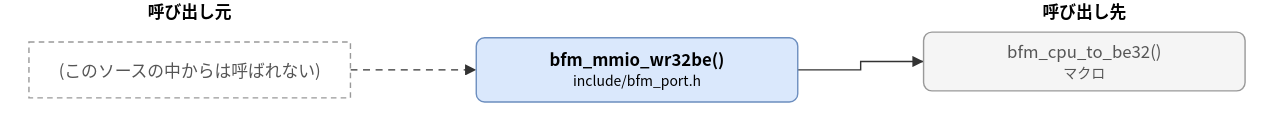
Above: doc/spec/images/call_include_bfm_port-bfm_mmio_wr32be.drawio.svg in hf355051012-ai/bfmem (draw.io), before the change. Source tidied: cells renumbered, new cells last; positions are measured from the earlier drawing's top-left corner, leaving out a move shared by most shapes. The source it was exported from:
```xml
<mxGraphModel>
  <root>
    <mxCell id="0" />
    <mxCell id="1" parent="0" />
    <mxCell id="2" value="bfm_mmio_wr32be()&lt;br&gt;&lt;font style=&quot;font-size:10px&quot;&gt;include/bfm_port.h&lt;/font&gt;" style="rounded=1;whiteSpace=wrap;html=1;fillColor=#dae8fc;strokeColor=#6c8ebf;fontStyle=1;" parent="1" vertex="1">
      <mxGeometry x="320" y="27" width="230" height="46" as="geometry" />
    </mxCell>
    <mxCell id="3" value="bfm_cpu_to_be32()&lt;br&gt;&lt;font style=&quot;font-size:10px&quot;&gt;マクロ&lt;/font&gt;" style="rounded=1;whiteSpace=wrap;html=1;fillColor=#f5f5f5;strokeColor=#999999;fontColor=#555555;" parent="1" vertex="1">
      <mxGeometry x="640" y="23" width="230" height="42" as="geometry" />
    </mxCell>
    <mxCell id="4" value="(このソースの中からは呼ばれない)" style="rounded=0;whiteSpace=wrap;html=1;dashed=1;strokeColor=#999999;fontColor=#555555;dashed=1;" parent="1" vertex="1">
      <mxGeometry y="30" width="230" height="40" as="geometry" />
    </mxCell>
    <mxCell id="5" style="edgeStyle=none;html=1;rounded=0;endArrow=block;endFill=1;exitX=1.0000;exitY=0.5000;exitDx=0;exitDy=0;exitPerimeter=0;entryX=0.0000;entryY=0.5000;entryDx=0;entryDy=0;entryPerimeter=0;" parent="1" edge="1" source="2" target="3">
      <mxGeometry relative="1" as="geometry">
        <Array as="points">
          <mxPoint x="595" y="50" />
          <mxPoint x="595" y="44" />
        </Array>
      </mxGeometry>
    </mxCell>
    <mxCell id="6" style="edgeStyle=none;html=1;rounded=0;endArrow=block;endFill=1;exitX=1.0000;exitY=0.5000;exitDx=0;exitDy=0;exitPerimeter=0;entryX=0.0000;entryY=0.5000;entryDx=0;entryDy=0;entryPerimeter=0;dashed=1;" parent="1" edge="1" source="4" target="2">
      <mxGeometry relative="1" as="geometry" />
    </mxCell>
    <mxCell id="7" value="呼び出し元" style="text;html=1;align=center;fontStyle=1;" parent="1" vertex="1">
      <mxGeometry x="35" width="160" height="18" as="geometry" />
    </mxCell>
    <mxCell id="8" value="呼び出し先" style="text;html=1;align=center;fontStyle=1;" parent="1" vertex="1">
      <mxGeometry x="675" width="160" height="18" as="geometry" />
    </mxCell>
  </root>
</mxGraphModel>
```
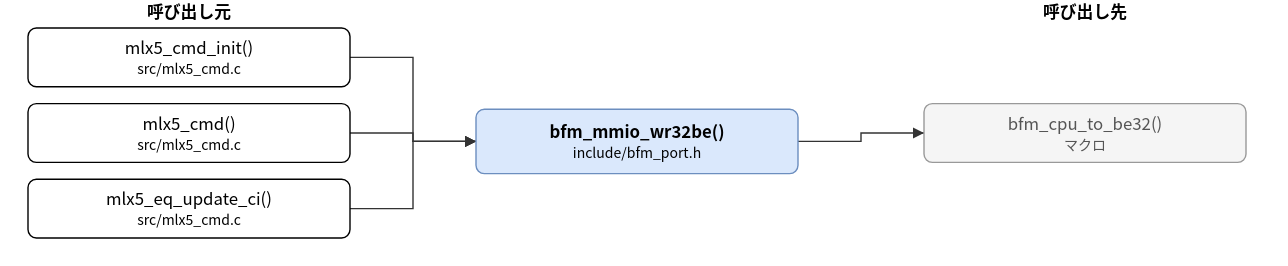
The same diagram one commit later.

Diff of the diagram source:
```diff
@@ -3,25 +3,52 @@
     <mxCell id="0" />
     <mxCell id="1" parent="0" />
     <mxCell id="2" value="bfm_mmio_wr32be()&lt;br&gt;&lt;font style=&quot;font-size:10px&quot;&gt;include/bfm_port.h&lt;/font&gt;" style="rounded=1;whiteSpace=wrap;html=1;fillColor=#dae8fc;strokeColor=#6c8ebf;fontStyle=1;" parent="1" vertex="1">
-      <mxGeometry x="320" y="27" width="230" height="46" as="geometry" />
+      <mxGeometry x="320" y="78" width="230" height="46" as="geometry" />
     </mxCell>
+    <mxCell id="4" value="mlx5_cmd_init()&lt;br&gt;&lt;font style=&quot;font-size:10px&quot;&gt;src/mlx5_cmd.c&lt;/font&gt;" style="rounded=1;whiteSpace=wrap;html=1;" parent="1" vertex="1">
+      <mxGeometry y="20" width="230" height="42" as="geometry" />
+    </mxCell>
+    <mxCell id="9" value="mlx5_cmd()&lt;br&gt;&lt;font style=&quot;font-size:10px&quot;&gt;src/mlx5_cmd.c&lt;/font&gt;" style="rounded=1;whiteSpace=wrap;html=1;" parent="1" vertex="1">
+      <mxGeometry y="74" width="230" height="42" as="geometry" />
+    </mxCell>
+    <mxCell id="10" value="mlx5_eq_update_ci()&lt;br&gt;&lt;font style=&quot;font-size:10px&quot;&gt;src/mlx5_cmd.c&lt;/font&gt;" style="rounded=1;whiteSpace=wrap;html=1;" parent="1" vertex="1">
+      <mxGeometry y="128" width="230" height="42" as="geometry" />
+    </mxCell>
     <mxCell id="3" value="bfm_cpu_to_be32()&lt;br&gt;&lt;font style=&quot;font-size:10px&quot;&gt;マクロ&lt;/font&gt;" style="rounded=1;whiteSpace=wrap;html=1;fillColor=#f5f5f5;strokeColor=#999999;fontColor=#555555;" parent="1" vertex="1">
-      <mxGeometry x="640" y="23" width="230" height="42" as="geometry" />
+      <mxGeometry x="640" y="74" width="230" height="42" as="geometry" />
     </mxCell>
-    <mxCell id="4" value="(このソースの中からは呼ばれない)" style="rounded=0;whiteSpace=wrap;html=1;dashed=1;strokeColor=#999999;fontColor=#555555;dashed=1;" parent="1" vertex="1">
-      <mxGeometry y="30" width="230" height="40" as="geometry" />
-    </mxCell>
-    <mxCell id="5" style="edgeStyle=none;html=1;rounded=0;endArrow=block;endFill=1;exitX=1.0000;exitY=0.5000;exitDx=0;exitDy=0;exitPerimeter=0;entryX=0.0000;entryY=0.5000;entryDx=0;entryDy=0;entryPerimeter=0;" parent="1" edge="1" source="2" target="3">
+    <mxCell id="5" style="edgeStyle=none;html=1;rounded=0;endArrow=block;endFill=1;exitX=1.0000;exitY=0.5000;exitDx=0;exitDy=0;exitPerimeter=0;entryX=0.0000;entryY=0.5000;entryDx=0;entryDy=0;entryPerimeter=0;" parent="1" edge="1" source="4" target="2">
       <mxGeometry relative="1" as="geometry">
         <Array as="points">
-          <mxPoint x="595" y="50" />
-          <mxPoint x="595" y="44" />
+          <mxPoint x="275" y="41" />
+          <mxPoint x="275" y="101" />
         </Array>
       </mxGeometry>
     </mxCell>
-    <mxCell id="6" style="edgeStyle=none;html=1;rounded=0;endArrow=block;endFill=1;exitX=1.0000;exitY=0.5000;exitDx=0;exitDy=0;exitPerimeter=0;entryX=0.0000;entryY=0.5000;entryDx=0;entryDy=0;entryPerimeter=0;dashed=1;" parent="1" edge="1" source="4" target="2">
-      <mxGeometry relative="1" as="geometry" />
+    <mxCell id="6" style="edgeStyle=none;html=1;rounded=0;endArrow=block;endFill=1;exitX=1.0000;exitY=0.5000;exitDx=0;exitDy=0;exitPerimeter=0;entryX=0.0000;entryY=0.5000;entryDx=0;entryDy=0;entryPerimeter=0;" parent="1" edge="1" source="9" target="2">
+      <mxGeometry relative="1" as="geometry">
+        <Array as="points">
+          <mxPoint x="275" y="95" />
+          <mxPoint x="275" y="101" />
+        </Array>
+      </mxGeometry>
     </mxCell>
+    <mxCell id="11" style="edgeStyle=none;html=1;rounded=0;endArrow=block;endFill=1;exitX=1.0000;exitY=0.5000;exitDx=0;exitDy=0;exitPerimeter=0;entryX=0.0000;entryY=0.5000;entryDx=0;entryDy=0;entryPerimeter=0;" parent="1" edge="1" source="10" target="2">
+      <mxGeometry relative="1" as="geometry">
+        <Array as="points">
+          <mxPoint x="275" y="149" />
+          <mxPoint x="275" y="101" />
+        </Array>
+      </mxGeometry>
+    </mxCell>
+    <mxCell id="12" style="edgeStyle=none;html=1;rounded=0;endArrow=block;endFill=1;exitX=1.0000;exitY=0.5000;exitDx=0;exitDy=0;exitPerimeter=0;entryX=0.0000;entryY=0.5000;entryDx=0;entryDy=0;entryPerimeter=0;" parent="1" edge="1" source="2" target="3">
+      <mxGeometry relative="1" as="geometry">
+        <Array as="points">
+          <mxPoint x="595" y="101" />
+          <mxPoint x="595" y="95" />
+        </Array>
+      </mxGeometry>
+    </mxCell>
     <mxCell id="7" value="呼び出し元" style="text;html=1;align=center;fontStyle=1;" parent="1" vertex="1">
       <mxGeometry x="35" width="160" height="18" as="geometry" />
     </mxCell>
```
